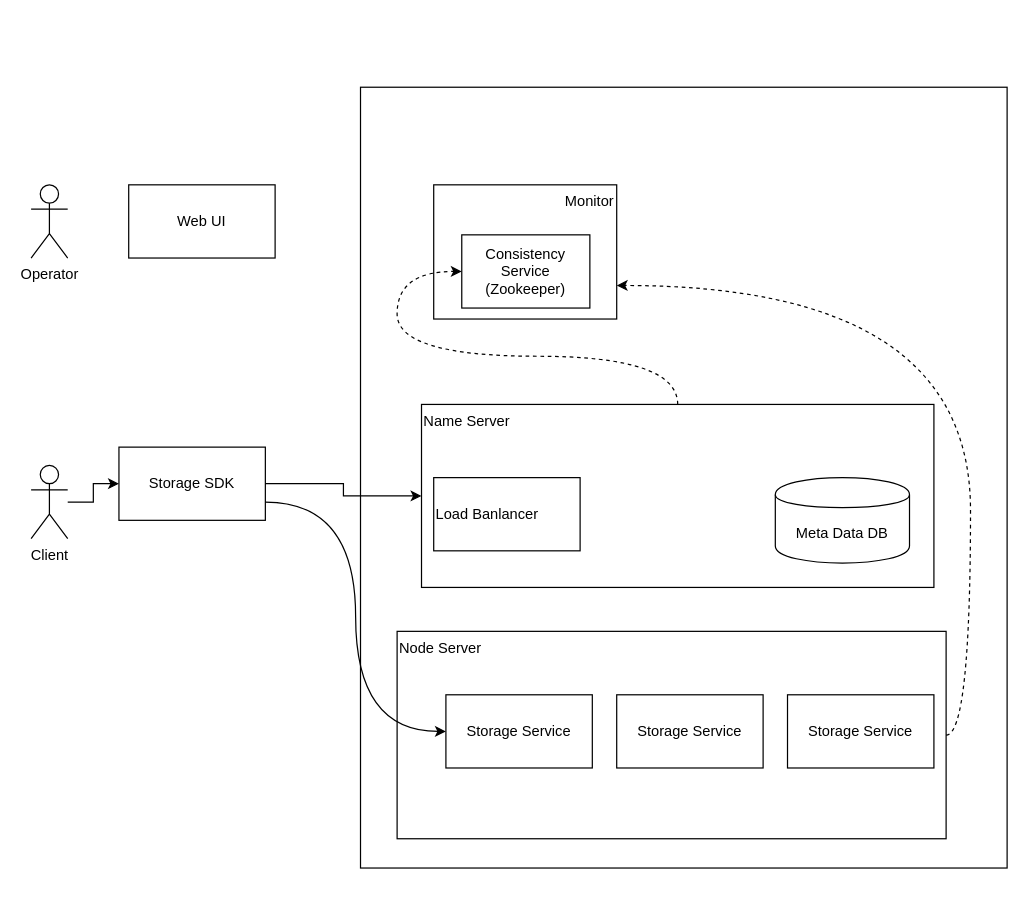
Earlier version of the draw.io diagram Untitled Diagram.drawio (darce2014/SpringCloudConfig). Source tidied: cells renumbered, new cells numbered last; positions are measured from the earlier drawing's top-left corner, leaving out a move shared by most shapes. Both pictures are drawn from the tidied source at 122%, with x=0, y=0 at pixel (30, 87).
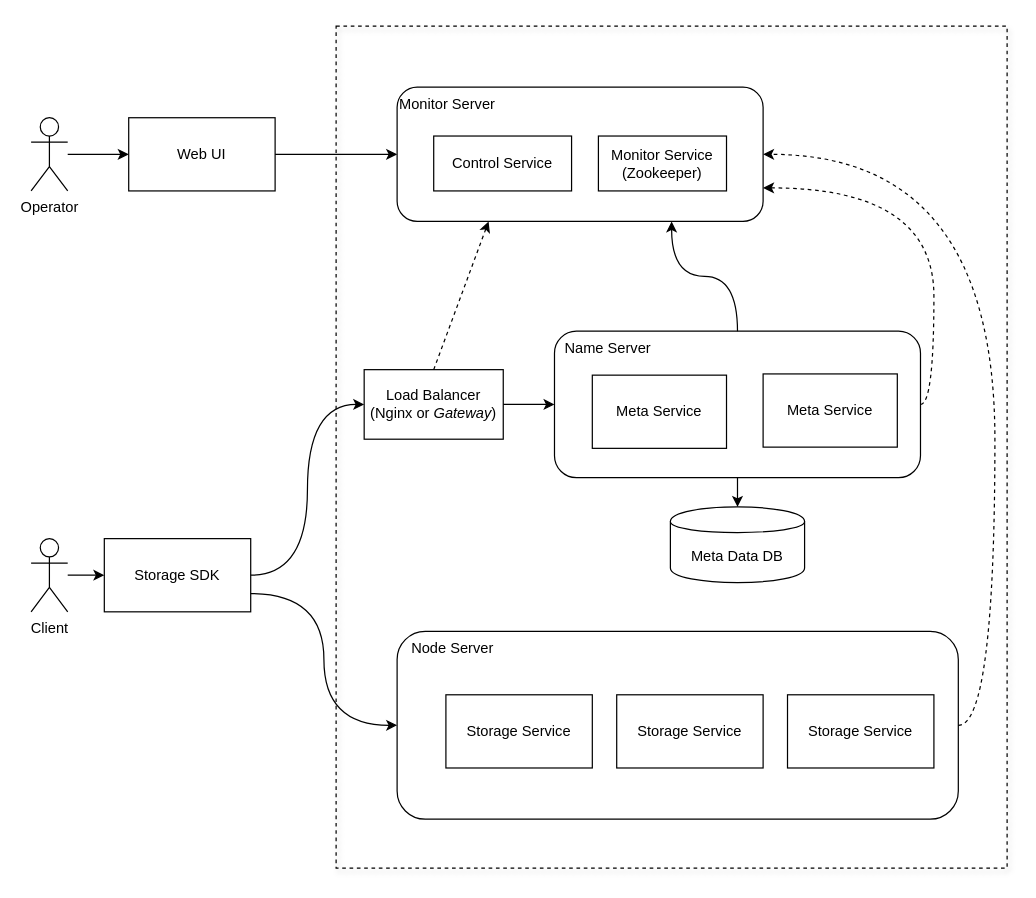
After the change.

Unchanged cells that the change refers to:
```xml
<mxCell id="13" value="Storage Service" style="rounded=0;whiteSpace=wrap;html=1;fillColor=none;" parent="1" vertex="1">
  <mxGeometry x="340" y="498" width="120" height="60" as="geometry" />
</mxCell>
```

Diff of the diagram source:
```diff
@@
+    <mxCell id="3" style="rounded=0;whiteSpace=wrap;html=1;fillColor=none;dashed=1;glass=0;shadow=1;" parent="1" vertex="1">
+      <mxGeometry x="250" y="-50" width="550" height="690" as="geometry" />
+    </mxCell>
-    <mxCell id="2" value="Name Server" style="rounded=0;whiteSpace=wrap;html=1;fillColor=none;align=left;verticalAlign=top;" parent="1" vertex="1">
-      <mxGeometry x="320" y="260" width="420" height="150" as="geometry" />
+    <mxCell id="2" value="&amp;nbsp; Name Server" style="rounded=1;whiteSpace=wrap;html=1;fillColor=none;align=left;verticalAlign=top;" parent="1" vertex="1">
+      <mxGeometry x="429" y="200" width="300" height="120" as="geometry" />
     </mxCell>
-    <mxCell id="3" style="rounded=0;whiteSpace=wrap;html=1;fillColor=none;" parent="1" vertex="1">
-      <mxGeometry x="270" width="530" height="640" as="geometry" />
-    </mxCell>
+    <mxCell id="21" style="edgeStyle=orthogonalEdgeStyle;curved=1;rounded=0;jettySize=auto;html=1;entryX=0.75;entryY=1;entryDx=0;entryDy=0;exitX=0.5;exitY=0;exitDx=0;exitDy=0;" parent="1" edge="1" source="2" target="4">
+      <mxGeometry relative="1" as="geometry" />
+    </mxCell>
-    <mxCell id="4" value="Monitor" style="rounded=0;whiteSpace=wrap;html=1;fillColor=none;align=right;horizontal=1;verticalAlign=top;" parent="1" vertex="1">
-      <mxGeometry x="330" y="80" width="150" height="110" as="geometry" />
+    <mxCell id="4" value="Monitor Server" style="rounded=1;whiteSpace=wrap;html=1;fillColor=none;align=left;horizontal=1;verticalAlign=top;" parent="1" vertex="1">
+      <mxGeometry x="300" width="300" height="110" as="geometry" />
     </mxCell>
-    <mxCell id="5" value="Node Server" style="rounded=0;whiteSpace=wrap;html=1;fillColor=none;verticalAlign=top;align=left;" parent="1" vertex="1">
-      <mxGeometry x="300" y="446" width="450" height="170" as="geometry" />
+    <mxCell id="5" value="&amp;nbsp; &amp;nbsp;Node Server" style="rounded=1;whiteSpace=wrap;html=1;fillColor=none;verticalAlign=top;align=left;" parent="1" vertex="1">
+      <mxGeometry x="300" y="446" width="460" height="154" as="geometry" />
     </mxCell>
-    <mxCell id="6" style="edgeStyle=orthogonalEdgeStyle;curved=1;rounded=0;jumpStyle=arc;jettySize=auto;html=1;dashed=1;entryX=0;entryY=0.5;entryDx=0;entryDy=0;" parent="1" edge="1" source="2" target="17">
-      <mxGeometry relative="1" as="geometry" />
+    <mxCell id="6" style="edgeStyle=orthogonalEdgeStyle;curved=1;rounded=0;jumpStyle=arc;jettySize=auto;html=1;dashed=1;entryX=1;entryY=0.75;entryDx=0;entryDy=0;exitX=1;exitY=0.5;exitDx=0;exitDy=0;" parent="1" edge="1" source="2" target="4">
+      <mxGeometry relative="1" as="geometry">
+        <Array as="points">
+          <mxPoint x="740" y="260" />
+          <mxPoint x="740" y="82" />
+        </Array>
+      </mxGeometry>
     </mxCell>
-    <mxCell id="7" style="edgeStyle=orthogonalEdgeStyle;rounded=0;jettySize=auto;html=1;exitX=1;exitY=0.5;exitDx=0;exitDy=0;entryX=0;entryY=0.5;entryDx=0;entryDy=0;" parent="1" edge="1" source="8" target="2">
+    <mxCell id="7" style="rounded=0;jettySize=auto;html=1;exitX=1;exitY=0.5;exitDx=0;exitDy=0;entryX=0;entryY=0.5;entryDx=0;entryDy=0;edgeStyle=orthogonalEdgeStyle;curved=1;" parent="1" edge="1" source="8" target="20">
       <mxGeometry relative="1" as="geometry" />
     </mxCell>
     <mxCell id="8" value="Storage SDK" style="rounded=0;whiteSpace=wrap;html=1;fillColor=none;" parent="1" vertex="1">
-      <mxGeometry x="72" y="295" width="120" height="60" as="geometry" />
+      <mxGeometry x="60" y="370" width="120" height="60" as="geometry" />
     </mxCell>
@@
     <mxCell id="10" value="Client" style="shape=umlActor;verticalLabelPosition=bottom;labelBackgroundColor=#ffffff;verticalAlign=top;html=1;outlineConnect=0;fillColor=none;" parent="1" vertex="1">
-      <mxGeometry y="310" width="30" height="60" as="geometry" />
+      <mxGeometry y="370" width="30" height="60" as="geometry" />
     </mxCell>
     <mxCell id="11" value="Meta Data DB" style="shape=cylinder;whiteSpace=wrap;html=1;boundedLbl=1;backgroundOutline=1;fillColor=none;" parent="1" vertex="1">
-      <mxGeometry x="610" y="320" width="110" height="70" as="geometry" />
+      <mxGeometry x="524" y="344" width="110" height="62" as="geometry" />
     </mxCell>
-    <mxCell id="12" style="edgeStyle=orthogonalEdgeStyle;rounded=0;jettySize=auto;html=1;jumpStyle=arc;dashed=1;curved=1;exitX=1;exitY=0.5;exitDx=0;exitDy=0;entryX=1;entryY=0.75;entryDx=0;entryDy=0;" parent="1" edge="1" source="5" target="4">
-      <mxGeometry relative="1" as="geometry" />
+    <mxCell id="12" style="edgeStyle=orthogonalEdgeStyle;rounded=0;jettySize=auto;html=1;jumpStyle=arc;dashed=1;curved=1;exitX=1;exitY=0.5;exitDx=0;exitDy=0;entryX=1;entryY=0.5;entryDx=0;entryDy=0;" parent="1" edge="1" source="5" target="4">
+      <mxGeometry relative="1" as="geometry">
+        <Array as="points">
+          <mxPoint x="790" y="523" />
+          <mxPoint x="790" y="55" />
+        </Array>
+      </mxGeometry>
     </mxCell>
@@
-    <mxCell id="16" style="edgeStyle=orthogonalEdgeStyle;rounded=0;jettySize=auto;html=1;entryX=0;entryY=0.5;entryDx=0;entryDy=0;exitX=1;exitY=0.75;exitDx=0;exitDy=0;curved=1;" parent="1" edge="1" source="8" target="13">
+    <mxCell id="16" style="edgeStyle=orthogonalEdgeStyle;rounded=0;jettySize=auto;html=1;entryX=0;entryY=0.5;entryDx=0;entryDy=0;exitX=1;exitY=0.75;exitDx=0;exitDy=0;curved=1;" parent="1" edge="1" source="8" target="5">
       <mxGeometry relative="1" as="geometry" />
     </mxCell>
-    <mxCell id="17" value="Consistency Service (Zookeeper)" style="rounded=0;whiteSpace=wrap;html=1;fillColor=none;" parent="1" vertex="1">
-      <mxGeometry x="353" y="121" width="105" height="60" as="geometry" />
+    <mxCell id="17" value="Monitor Service (Zookeeper)" style="rounded=0;whiteSpace=wrap;html=1;fillColor=none;" parent="1" vertex="1">
+      <mxGeometry x="465" y="40" width="105" height="45" as="geometry" />
     </mxCell>
+    <mxCell id="22" style="edgeStyle=orthogonalEdgeStyle;curved=1;rounded=0;jettySize=auto;html=1;" parent="1" edge="1" source="18" target="19">
+      <mxGeometry relative="1" as="geometry" />
+    </mxCell>
     <mxCell id="18" value="Operator" style="shape=umlActor;verticalLabelPosition=bottom;labelBackgroundColor=#ffffff;verticalAlign=top;html=1;outlineConnect=0;fillColor=none;" parent="1" vertex="1">
-      <mxGeometry y="80" width="30" height="60" as="geometry" />
+      <mxGeometry y="25" width="30" height="60" as="geometry" />
     </mxCell>
+    <mxCell id="23" style="edgeStyle=orthogonalEdgeStyle;curved=1;rounded=0;jettySize=auto;html=1;entryX=0;entryY=0.5;entryDx=0;entryDy=0;" parent="1" edge="1" source="19" target="4">
+      <mxGeometry relative="1" as="geometry" />
+    </mxCell>
     <mxCell id="19" value="Web UI" style="rounded=0;whiteSpace=wrap;html=1;fillColor=none;" parent="1" vertex="1">
-      <mxGeometry x="80" y="80" width="120" height="60" as="geometry" />
+      <mxGeometry x="80" y="25" width="120" height="60" as="geometry" />
     </mxCell>
+    <mxCell id="24" style="edgeStyle=orthogonalEdgeStyle;rounded=0;jettySize=auto;html=1;curved=1;exitX=1;exitY=0.5;exitDx=0;exitDy=0;entryX=0;entryY=0.5;entryDx=0;entryDy=0;" parent="1" edge="1" source="20" target="2">
+      <mxGeometry relative="1" as="geometry" />
+    </mxCell>
-    <mxCell id="20" value="Load Banlancer" style="rounded=0;whiteSpace=wrap;html=1;align=left;fillColor=none;" parent="1" vertex="1">
-      <mxGeometry x="330" y="320" width="120" height="60" as="geometry" />
+    <mxCell id="20" value="Load Balancer (Nginx or &lt;i&gt;Gateway&lt;/i&gt;)" style="rounded=0;whiteSpace=wrap;html=1;align=center;fillColor=none;" parent="1" vertex="1">
+      <mxGeometry x="273" y="231.5" width="114" height="57" as="geometry" />
     </mxCell>
+    <mxCell id="25" style="edgeStyle=orthogonalEdgeStyle;curved=1;rounded=0;jettySize=auto;html=1;exitX=0.5;exitY=1;exitDx=0;exitDy=0;entryX=0.5;entryY=0;entryDx=0;entryDy=0;" parent="1" edge="1" source="2" target="11">
+      <mxGeometry relative="1" as="geometry" />
+    </mxCell>
+    <mxCell id="26" value="Meta Service" style="rounded=0;whiteSpace=wrap;html=1;shadow=0;glass=0;align=center;fillColor=none;" parent="1" vertex="1">
+      <mxGeometry x="460" y="236" width="110" height="60" as="geometry" />
+    </mxCell>
+    <mxCell id="27" value="Meta Service" style="rounded=0;whiteSpace=wrap;html=1;shadow=0;glass=0;align=center;fillColor=none;" parent="1" vertex="1">
+      <mxGeometry x="600" y="235" width="110" height="60" as="geometry" />
+    </mxCell>
+    <mxCell id="28" value="Control Service" style="rounded=0;whiteSpace=wrap;html=1;shadow=0;glass=0;fillColor=none;align=center;" parent="1" vertex="1">
+      <mxGeometry x="330" y="40" width="113" height="45" as="geometry" />
+    </mxCell>
+    <mxCell id="29" style="rounded=0;jettySize=auto;html=1;entryX=0.25;entryY=1;entryDx=0;entryDy=0;exitX=0.5;exitY=0;exitDx=0;exitDy=0;backgroundOutline=0;comic=0;dashed=1;" parent="1" edge="1" source="20" target="4">
+      <mxGeometry relative="1" as="geometry" />
+    </mxCell>
```
